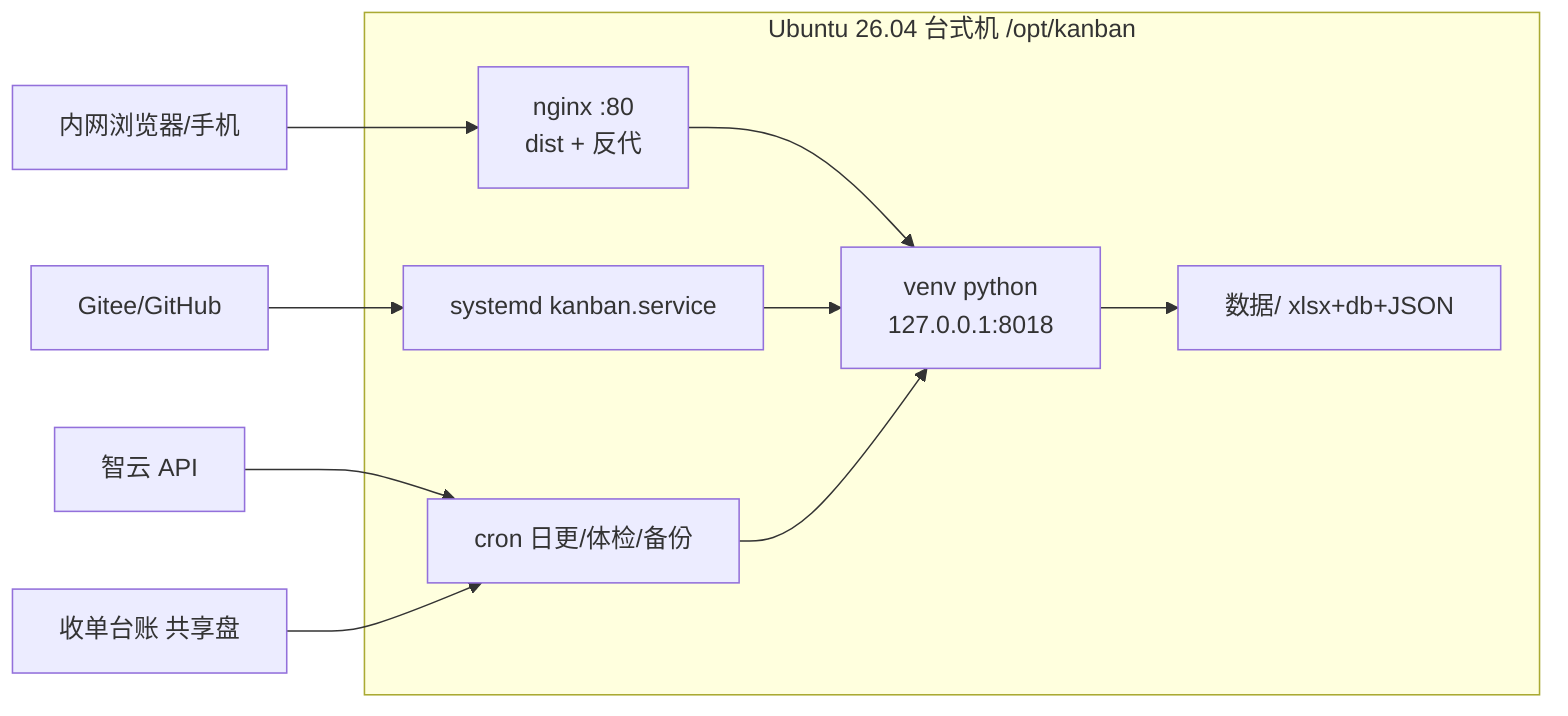
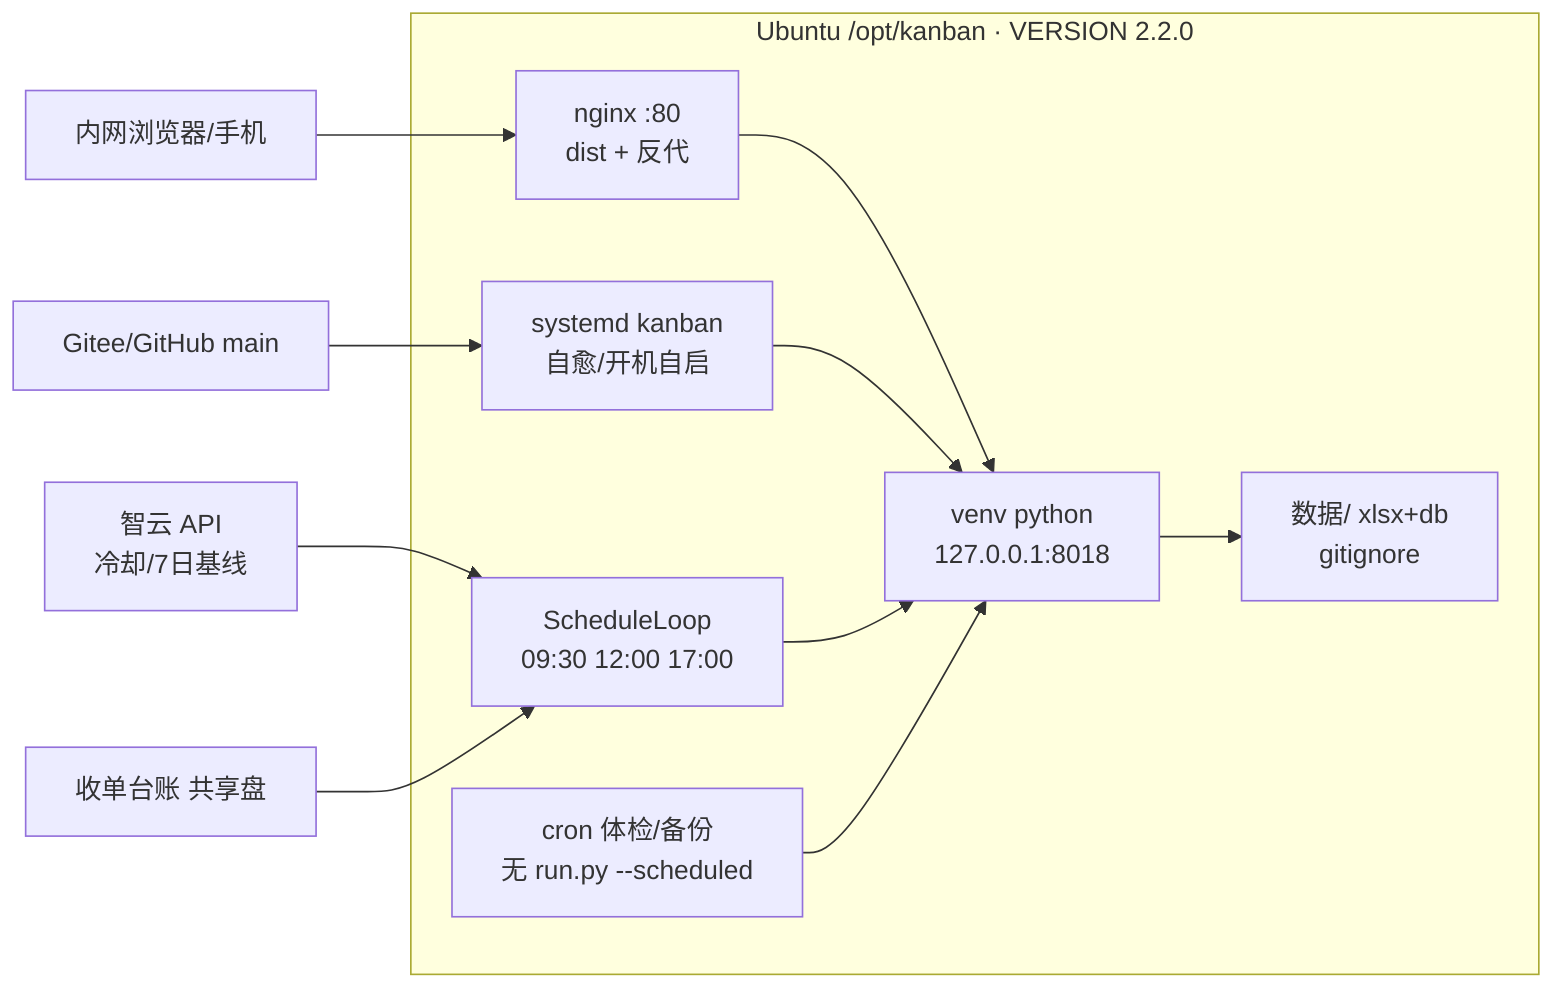
- %% 部署拓扑 · Ubuntu 26.04 生产（2026-07-20）
+ %% 部署拓扑 v2.2.0 · Ubuntu 生产 · stage66 · 2026-07-21
flowchart LR
-   subgraph Desktop["Ubuntu 26.04 台式机 /opt/kanban"]
-     NGX[nginx :80\ndist + 反代]
-     SYS[systemd kanban.service]
-     CRON[cron 日更/体检/备份]
-     PY[venv python\n127.0.0.1:8018]
-     DATA[数据/ xlsx+db+JSON]
+   subgraph Desktop["Ubuntu /opt/kanban · VERSION 2.2.0"]
+     NGX[nginx :80<br/>dist + 反代]
+     SYS[systemd kanban<br/>自愈/开机自启]
+     LOOP[ScheduleLoop<br/>09:30 12:00 17:00]
+     CRON[cron 体检/备份<br/>无 run.py --scheduled]
+     PY[venv python<br/>127.0.0.1:8018]
+     DATA[数据/ xlsx+db<br/>gitignore]
    NGX --> PY
    SYS --> PY
+     LOOP --> PY
    CRON --> PY
    PY --> DATA
  end
-   ZY[智云 API] --> CRON
-   SMB[收单台账 共享盘] --> CRON
-   GIT[Gitee/GitHub] --> SYS
+   ZY[智云 API<br/>冷却/7日基线] --> LOOP
+   SMB[收单台账 共享盘] --> LOOP
+   GIT[Gitee/GitHub main] --> SYS
  BROWSER[内网浏览器/手机] --> NGX
- 
- %% stage66: admin Vue-only, export on-demand HTML, fen Decimal, incremental recompute
